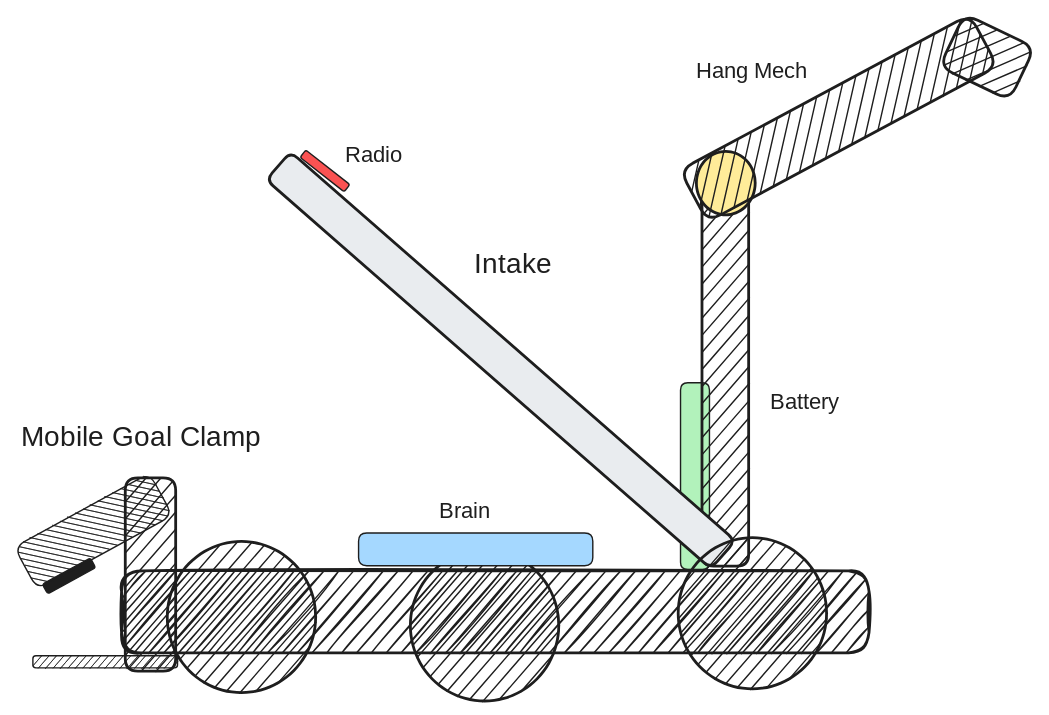
Earlier version of the Excalidraw export entries/overall-robot/brainstorm/ishika-robot-idea.excalidraw.svg (Area-53-Robotics/53D-High-Stakes-Notebook). Source tidied: one line per element, renumbered; positions are measured from the earlier drawing's top-left corner, leaving out a move shared by most shapes. The source it was exported from:
```json
{"id": 0, "type": "rectangle", "strokeColor": "#1e1e1e", "backgroundColor": "#b2f2bb", "fillStyle": "solid", "strokeWidth": 1, "roughness": 0, "round": true, "x": 471, "y": 254, "width": 21, "height": 133}
{"id": 1, "type": "rectangle", "strokeColor": "#1e1e1e", "angle": 4.21, "backgroundColor": "#1e1e1e", "fillStyle": "solid", "strokeWidth": 1, "roughness": 0, "round": true, "x": 30, "y": 372, "width": 8, "height": 39}
{"id": 2, "type": "rectangle", "strokeColor": "#1e1e1e", "backgroundColor": "#1e1e1e", "fillStyle": "hachure", "strokeWidth": 2, "roughness": 1, "round": true, "x": 72, "y": 388, "width": 534, "height": 59}
{"id": 3, "type": "ellipse", "strokeColor": "#1e1e1e", "backgroundColor": "#1e1e1e", "fillStyle": "hachure", "strokeWidth": 2, "roughness": 0, "round": true, "x": 105, "y": 367, "width": 106, "height": 108}
{"id": 4, "type": "rectangle", "strokeColor": "#1e1e1e", "backgroundColor": "#1e1e1e", "fillStyle": "hachure", "strokeWidth": 2, "roughness": 0, "round": true, "x": 487, "y": 93, "width": 33, "height": 291}
{"id": 5, "type": "ellipse", "strokeColor": "#1e1e1e", "backgroundColor": "#ffec99", "fillStyle": "solid", "strokeWidth": 2, "roughness": 0, "round": true, "x": 483, "y": 88, "width": 42, "height": 45}
{"id": 6, "type": "rectangle", "strokeColor": "#1e1e1e", "angle": 5.79, "backgroundColor": "#1e1e1e", "fillStyle": "hachure", "strokeWidth": 2, "roughness": 0, "round": true, "x": 467, "y": 44, "width": 235, "height": 42}
{"id": 7, "type": "rectangle", "strokeColor": "#1e1e1e", "angle": 0.44, "backgroundColor": "#1e1e1e", "fillStyle": "hachure", "strokeWidth": 2, "roughness": 0, "round": true, "x": 663, "y": 0, "width": 56, "height": 42}
{"id": 8, "type": "rectangle", "strokeColor": "#1e1e1e", "angle": 0.72, "backgroundColor": "#e9ecef", "fillStyle": "solid", "strokeWidth": 2, "roughness": 0, "round": true, "x": 132, "y": 224, "width": 422, "height": 27}
{"id": 9, "type": "rectangle", "strokeColor": "#1e1e1e", "backgroundColor": "#1e1e1e", "fillStyle": "hachure", "strokeWidth": 2, "roughness": 0, "round": true, "x": 75, "y": 322, "width": 36, "height": 138}
{"id": 10, "type": "rectangle", "strokeColor": "#1e1e1e", "angle": 4.21, "backgroundColor": "#1e1e1e", "fillStyle": "hachure", "strokeWidth": 1, "roughness": 0, "round": true, "x": 35, "y": 305, "width": 34, "height": 110}
{"id": 11, "type": "rectangle", "strokeColor": "#1e1e1e", "backgroundColor": "#1e1e1e", "fillStyle": "hachure", "strokeWidth": 1, "roughness": 0, "round": true, "x": 9, "y": 449, "width": 103, "height": 9}
{"id": 12, "type": "text", "text": "Intake", "strokeColor": "#1e1e1e", "backgroundColor": "#1e1e1e", "fillStyle": "hachure", "strokeWidth": 1, "roughness": 0, "fontSize": 20, "fontFamily": 1, "x": 324, "y": 158, "width": 66, "height": 25}
{"id": 13, "type": "text", "text": "Mobile Goal Clamp", "strokeColor": "#1e1e1e", "backgroundColor": "#1e1e1e", "fillStyle": "hachure", "strokeWidth": 1, "roughness": 0, "fontSize": 20, "fontFamily": 1, "x": 0, "y": 281, "width": 177, "height": 25}
{"id": 14, "type": "text", "text": "Hang Mech", "strokeColor": "#1e1e1e", "backgroundColor": "#1e1e1e", "fillStyle": "hachure", "strokeWidth": 1, "roughness": 0, "fontSize": 15.47, "fontFamily": 1, "x": 483, "y": 21, "width": 77, "height": 19}
{"id": 15, "type": "ellipse", "strokeColor": "#1e1e1e", "backgroundColor": "#1e1e1e", "fillStyle": "hachure", "strokeWidth": 2, "roughness": 0, "round": true, "x": 470, "y": 364, "width": 106, "height": 108}
{"id": 16, "type": "ellipse", "strokeColor": "#1e1e1e", "backgroundColor": "#1e1e1e", "fillStyle": "hachure", "strokeWidth": 2, "roughness": 0, "round": true, "x": 278, "y": 373, "width": 106, "height": 108}
{"id": 17, "type": "rectangle", "strokeColor": "#1e1e1e", "angle": 0.66, "backgroundColor": "#fa5252", "fillStyle": "solid", "strokeWidth": 1, "roughness": 0, "round": true, "x": 197, "y": 99, "width": 40, "height": 7}
{"id": 18, "type": "rectangle", "strokeColor": "#1e1e1e", "backgroundColor": "#a5d8ff", "fillStyle": "solid", "strokeWidth": 1, "roughness": 0, "round": true, "x": 241, "y": 361, "width": 167, "height": 23}
{"id": 19, "type": "text", "text": "Battery", "strokeColor": "#1e1e1e", "backgroundColor": "#fa5252", "fillStyle": "solid", "strokeWidth": 1, "roughness": 0, "fontSize": 16, "fontFamily": 1, "x": 535, "y": 258, "width": 64, "height": 20}
{"id": 20, "type": "text", "text": "Radio", "strokeColor": "#1e1e1e", "backgroundColor": "#fa5252", "fillStyle": "solid", "strokeWidth": 1, "roughness": 0, "fontSize": 16, "fontFamily": 1, "x": 231, "y": 82, "width": 43, "height": 20}
{"id": 21, "type": "text", "text": "Brain", "strokeColor": "#1e1e1e", "backgroundColor": "#b2f2bb", "fillStyle": "solid", "strokeWidth": 1, "roughness": 0, "fontSize": 16, "fontFamily": 1, "x": 299, "y": 336, "width": 40, "height": 20}
```
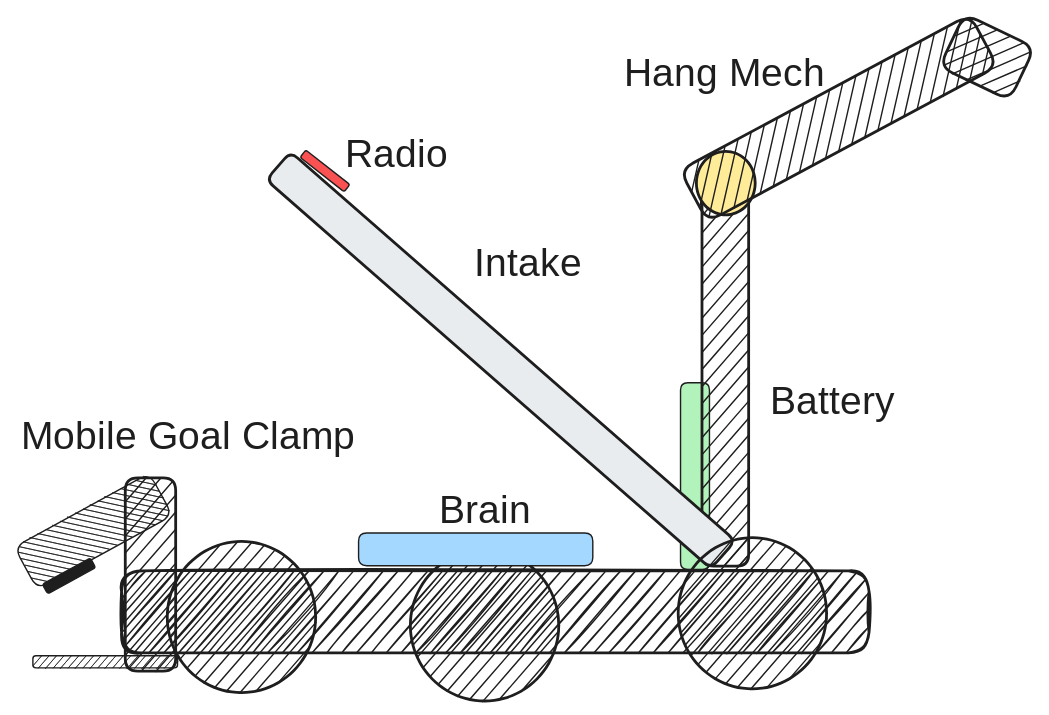
Above is the later version.

Diff of the diagram source:
```diff
@@ -10,13 +10,13 @@
 {"id": 9, "type": "rectangle", "strokeColor": "#1e1e1e", "backgroundColor": "#1e1e1e", "fillStyle": "hachure", "strokeWidth": 2, "roughness": 0, "round": true, "x": 75, "y": 322, "width": 36, "height": 138}
 {"id": 10, "type": "rectangle", "strokeColor": "#1e1e1e", "angle": 4.21, "backgroundColor": "#1e1e1e", "fillStyle": "hachure", "strokeWidth": 1, "roughness": 0, "round": true, "x": 35, "y": 305, "width": 34, "height": 110}
 {"id": 11, "type": "rectangle", "strokeColor": "#1e1e1e", "backgroundColor": "#1e1e1e", "fillStyle": "hachure", "strokeWidth": 1, "roughness": 0, "round": true, "x": 9, "y": 449, "width": 103, "height": 9}
-{"id": 12, "type": "text", "text": "Intake", "strokeColor": "#1e1e1e", "backgroundColor": "#1e1e1e", "fillStyle": "hachure", "strokeWidth": 1, "roughness": 0, "fontSize": 20, "fontFamily": 1, "x": 324, "y": 158, "width": 66, "height": 25}
+{"id": 12, "type": "text", "text": "Intake", "strokeColor": "#1e1e1e", "backgroundColor": "#1e1e1e", "fillStyle": "hachure", "strokeWidth": 1, "roughness": 0, "fontSize": 28, "fontFamily": 1, "x": 324, "y": 153, "width": 92, "height": 35}
-{"id": 13, "type": "text", "text": "Mobile Goal Clamp", "strokeColor": "#1e1e1e", "backgroundColor": "#1e1e1e", "fillStyle": "hachure", "strokeWidth": 1, "roughness": 0, "fontSize": 20, "fontFamily": 1, "x": 0, "y": 281, "width": 177, "height": 25}
+{"id": 13, "type": "text", "text": "Mobile Goal Clamp", "strokeColor": "#1e1e1e", "backgroundColor": "#1e1e1e", "fillStyle": "hachure", "strokeWidth": 1, "roughness": 0, "fontSize": 28, "fontFamily": 1, "x": 0, "y": 276, "width": 247, "height": 35}
-{"id": 14, "type": "text", "text": "Hang Mech", "strokeColor": "#1e1e1e", "backgroundColor": "#1e1e1e", "fillStyle": "hachure", "strokeWidth": 1, "roughness": 0, "fontSize": 15.47, "fontFamily": 1, "x": 483, "y": 21, "width": 77, "height": 19}
+{"id": 14, "type": "text", "text": "Hang Mech", "strokeColor": "#1e1e1e", "backgroundColor": "#1e1e1e", "fillStyle": "hachure", "strokeWidth": 1, "roughness": 0, "fontSize": 28, "fontFamily": 1, "x": 431, "y": 17, "width": 140, "height": 35}
 {"id": 15, "type": "ellipse", "strokeColor": "#1e1e1e", "backgroundColor": "#1e1e1e", "fillStyle": "hachure", "strokeWidth": 2, "roughness": 0, "round": true, "x": 470, "y": 364, "width": 106, "height": 108}
 {"id": 16, "type": "ellipse", "strokeColor": "#1e1e1e", "backgroundColor": "#1e1e1e", "fillStyle": "hachure", "strokeWidth": 2, "roughness": 0, "round": true, "x": 278, "y": 373, "width": 106, "height": 108}
 {"id": 17, "type": "rectangle", "strokeColor": "#1e1e1e", "angle": 0.66, "backgroundColor": "#fa5252", "fillStyle": "solid", "strokeWidth": 1, "roughness": 0, "round": true, "x": 197, "y": 99, "width": 40, "height": 7}
 {"id": 18, "type": "rectangle", "strokeColor": "#1e1e1e", "backgroundColor": "#a5d8ff", "fillStyle": "solid", "strokeWidth": 1, "roughness": 0, "round": true, "x": 241, "y": 361, "width": 167, "height": 23}
-{"id": 19, "type": "text", "text": "Battery", "strokeColor": "#1e1e1e", "backgroundColor": "#fa5252", "fillStyle": "solid", "strokeWidth": 1, "roughness": 0, "fontSize": 16, "fontFamily": 1, "x": 535, "y": 258, "width": 64, "height": 20}
+{"id": 19, "type": "text", "text": "Battery", "strokeColor": "#1e1e1e", "backgroundColor": "#fa5252", "fillStyle": "solid", "strokeWidth": 1, "roughness": 0, "fontSize": 28, "fontFamily": 1, "x": 535, "y": 251, "width": 111, "height": 35}
-{"id": 20, "type": "text", "text": "Radio", "strokeColor": "#1e1e1e", "backgroundColor": "#fa5252", "fillStyle": "solid", "strokeWidth": 1, "roughness": 0, "fontSize": 16, "fontFamily": 1, "x": 231, "y": 82, "width": 43, "height": 20}
+{"id": 20, "type": "text", "text": "Radio", "strokeColor": "#1e1e1e", "backgroundColor": "#fa5252", "fillStyle": "solid", "strokeWidth": 1, "roughness": 0, "fontSize": 28, "fontFamily": 1, "x": 231, "y": 74, "width": 75, "height": 35}
-{"id": 21, "type": "text", "text": "Brain", "strokeColor": "#1e1e1e", "backgroundColor": "#b2f2bb", "fillStyle": "solid", "strokeWidth": 1, "roughness": 0, "fontSize": 16, "fontFamily": 1, "x": 299, "y": 336, "width": 40, "height": 20}
+{"id": 21, "type": "text", "text": "Brain", "strokeColor": "#1e1e1e", "backgroundColor": "#b2f2bb", "fillStyle": "solid", "strokeWidth": 1, "roughness": 0, "fontSize": 28, "fontFamily": 1, "x": 299, "y": 329, "width": 70, "height": 35}
```
